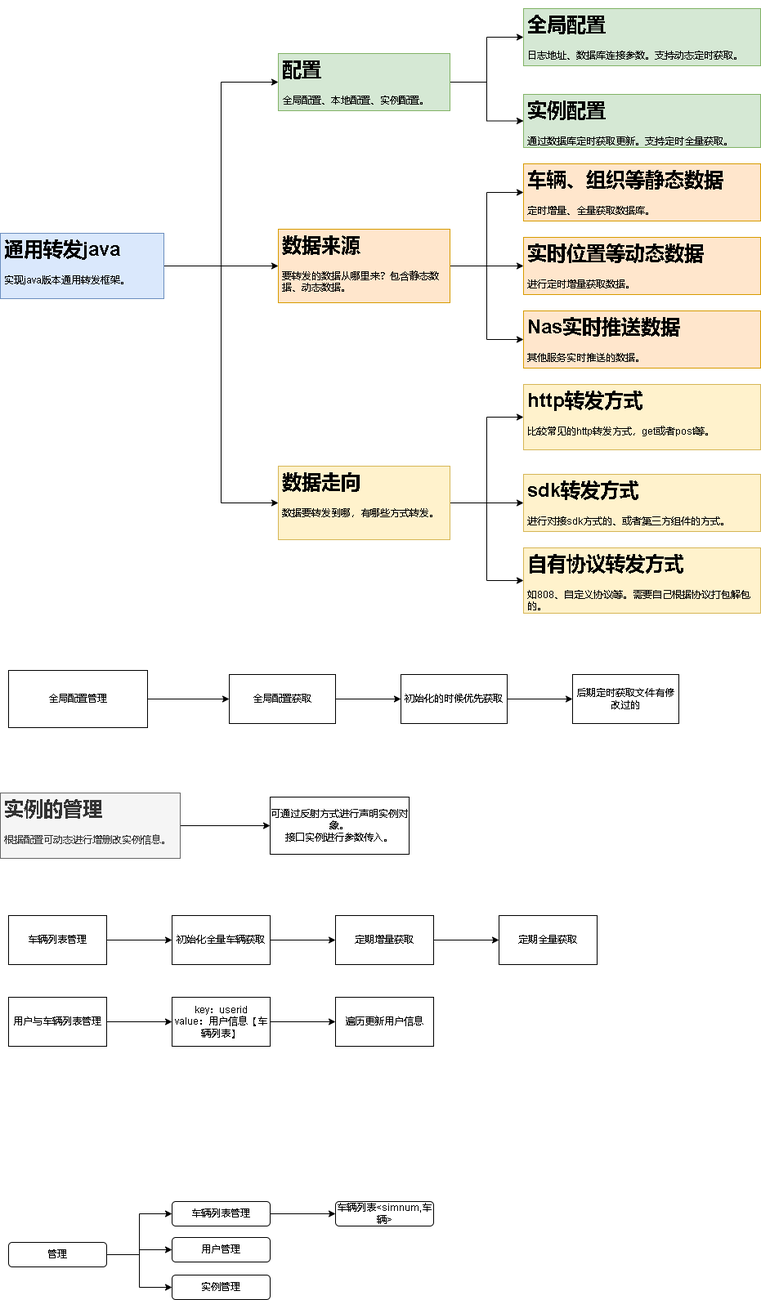
Above: 通用转发java.drawio.png in xktder/draw (draw.io), before the change. Source tidied: cells renumbered, new cells last; positions are measured from the earlier drawing's top-left corner, leaving out a move shared by most shapes.
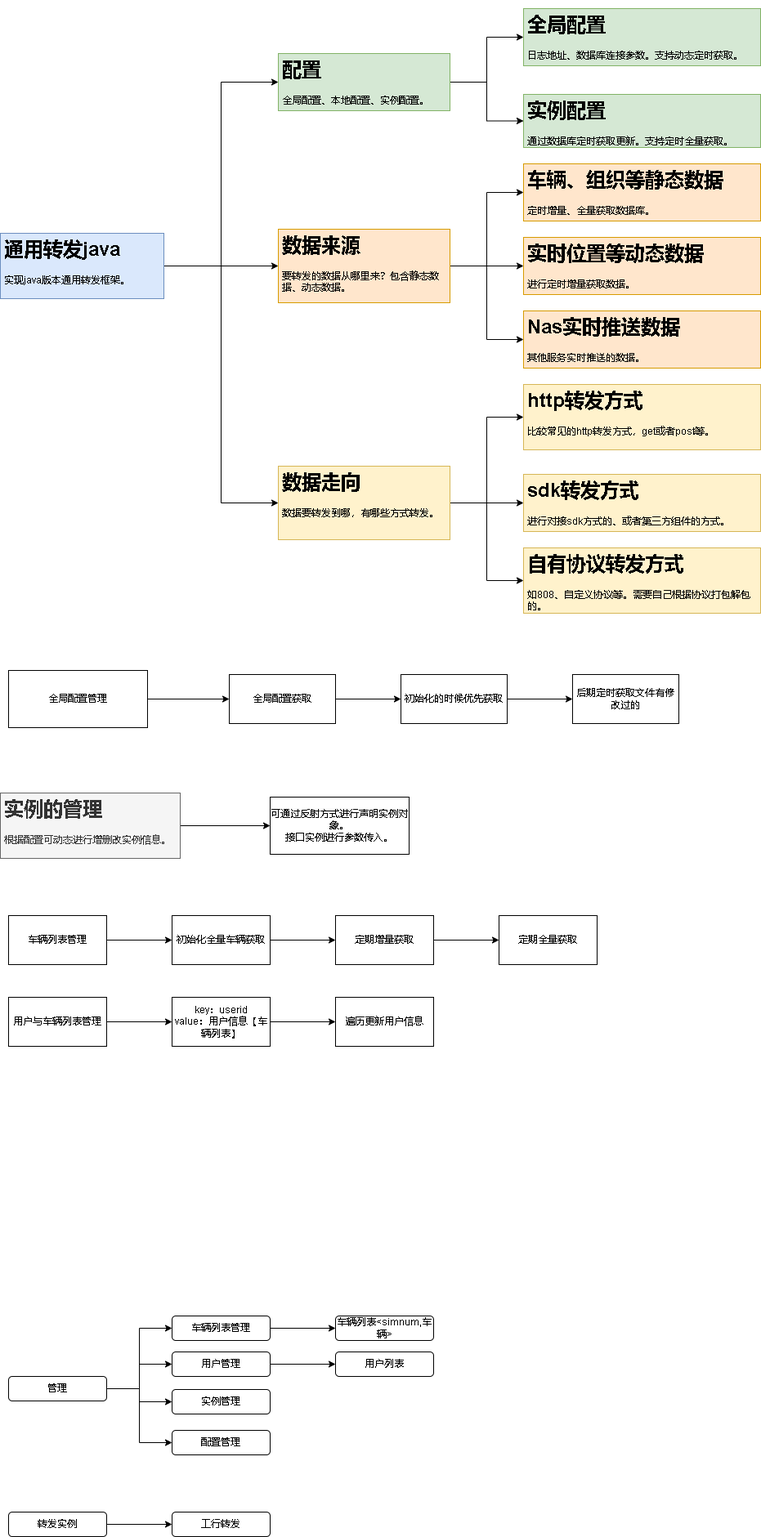
The same file after the commit.

Commit message:
更新通用转发java.drawio.png

The edit, as a diff of the source:
```diff
@@ -146,23 +146,44 @@
     <mxCell id="49" style="edgeStyle=orthogonalEdgeStyle;rounded=0;jettySize=auto;html=1;entryX=0;entryY=0.5;entryDx=0;entryDy=0;" parent="1" edge="1" source="50" target="55">
       <mxGeometry relative="1" as="geometry" />
     </mxCell>
+    <mxCell id="56" style="edgeStyle=orthogonalEdgeStyle;rounded=0;jettySize=auto;html=1;entryX=0;entryY=0.5;entryDx=0;entryDy=0;" parent="1" edge="1" source="50" target="62">
+      <mxGeometry relative="1" as="geometry" />
+    </mxCell>
     <mxCell id="50" value="管理" style="rounded=1;whiteSpace=wrap;html=1;" parent="1" vertex="1">
-      <mxGeometry x="10" y="1510" width="120" height="30" as="geometry" />
+      <mxGeometry x="10" y="1674" width="120" height="30" as="geometry" />
     </mxCell>
     <mxCell id="51" style="edgeStyle=orthogonalEdgeStyle;rounded=0;jettySize=auto;html=1;" parent="1" edge="1" source="52" target="54">
       <mxGeometry relative="1" as="geometry" />
     </mxCell>
     <mxCell id="52" value="车辆列表管理" style="rounded=1;whiteSpace=wrap;html=1;" parent="1" vertex="1">
-      <mxGeometry x="210" y="1460" width="120" height="30" as="geometry" />
+      <mxGeometry x="210" y="1600" width="120" height="30" as="geometry" />
     </mxCell>
+    <mxCell id="57" style="edgeStyle=orthogonalEdgeStyle;rounded=0;jettySize=auto;html=1;entryX=0;entryY=0.5;entryDx=0;entryDy=0;" parent="1" edge="1" source="53" target="58">
+      <mxGeometry relative="1" as="geometry" />
+    </mxCell>
     <mxCell id="53" value="用户管理" style="rounded=1;whiteSpace=wrap;html=1;" parent="1" vertex="1">
-      <mxGeometry x="210" y="1504" width="120" height="30" as="geometry" />
+      <mxGeometry x="210" y="1644" width="120" height="30" as="geometry" />
     </mxCell>
     <mxCell id="54" value="车辆列表&amp;lt;simnum,车辆&amp;gt;" style="rounded=1;whiteSpace=wrap;html=1;" parent="1" vertex="1">
-      <mxGeometry x="410" y="1460" width="120" height="30" as="geometry" />
+      <mxGeometry x="410" y="1600" width="120" height="30" as="geometry" />
     </mxCell>
     <mxCell id="55" value="实例管理" style="rounded=1;whiteSpace=wrap;html=1;" parent="1" vertex="1">
-      <mxGeometry x="210" y="1550" width="120" height="30" as="geometry" />
+      <mxGeometry x="210" y="1690" width="120" height="30" as="geometry" />
     </mxCell>
+    <mxCell id="58" value="用户列表" style="rounded=1;whiteSpace=wrap;html=1;" parent="1" vertex="1">
+      <mxGeometry x="410" y="1644" width="120" height="30" as="geometry" />
+    </mxCell>
+    <mxCell id="59" style="edgeStyle=orthogonalEdgeStyle;rounded=0;jettySize=auto;html=1;" parent="1" edge="1" source="60" target="61">
+      <mxGeometry relative="1" as="geometry" />
+    </mxCell>
+    <mxCell id="60" value="转发实例" style="rounded=1;whiteSpace=wrap;html=1;" parent="1" vertex="1">
+      <mxGeometry x="10" y="1840" width="120" height="30" as="geometry" />
+    </mxCell>
+    <mxCell id="61" value="工行转发" style="rounded=1;whiteSpace=wrap;html=1;" parent="1" vertex="1">
+      <mxGeometry x="210" y="1840" width="120" height="30" as="geometry" />
+    </mxCell>
+    <mxCell id="62" value="配置管理" style="rounded=1;whiteSpace=wrap;html=1;" parent="1" vertex="1">
+      <mxGeometry x="210" y="1740" width="120" height="30" as="geometry" />
+    </mxCell>
   </root>
 </mxGraphModel>
```
